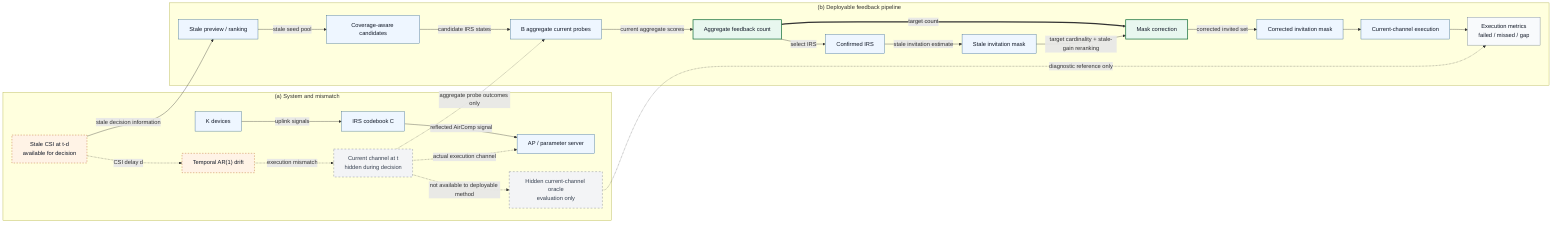
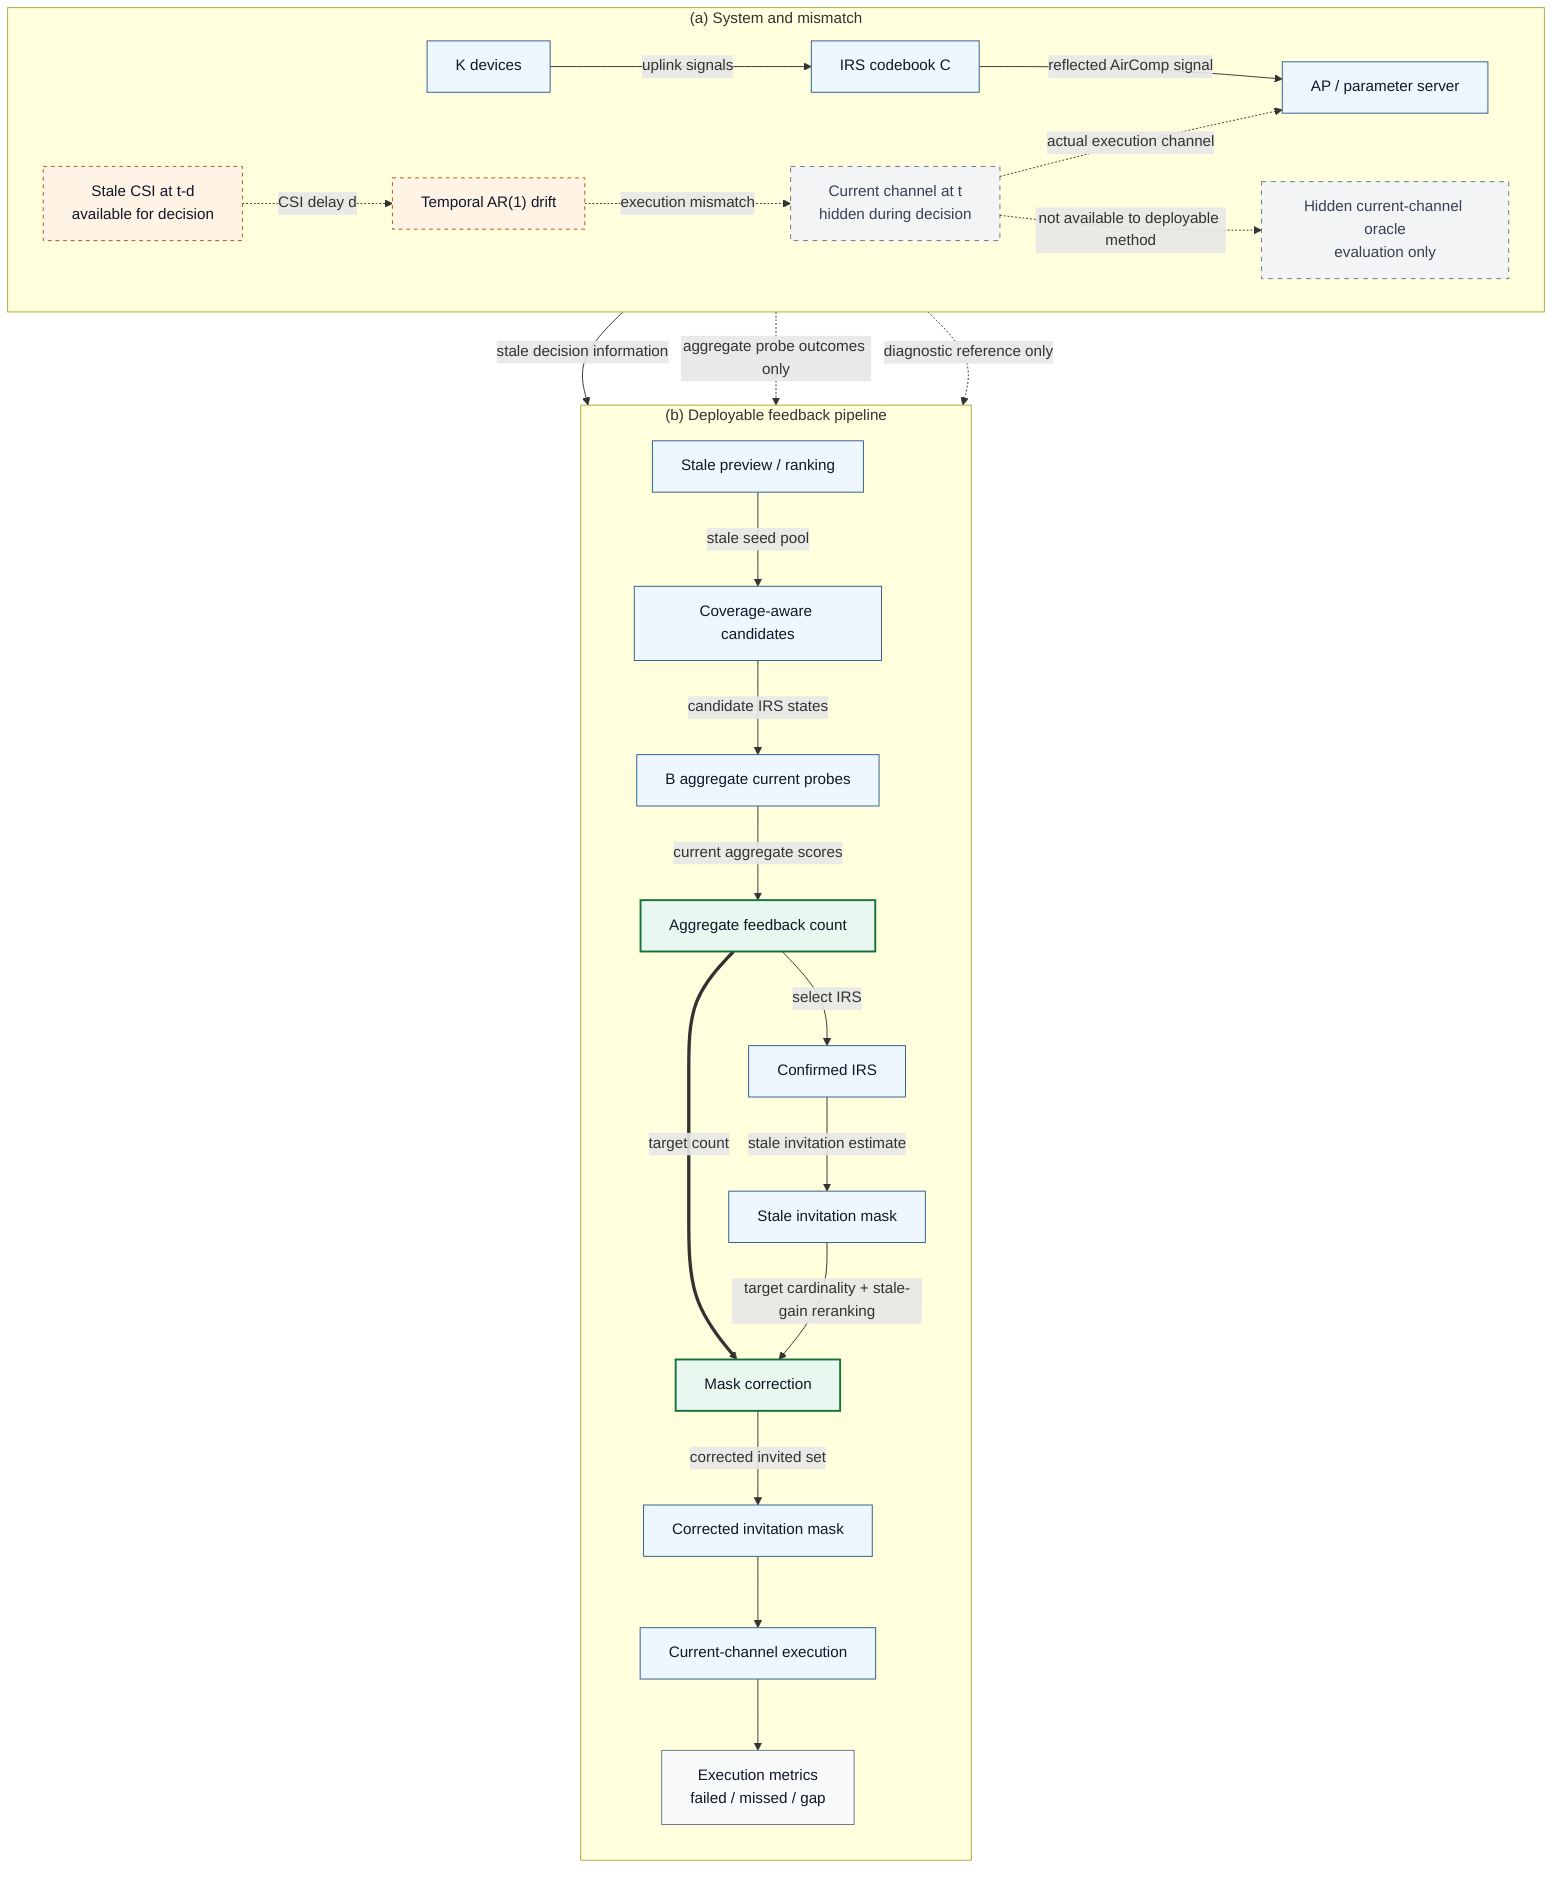
%% Figure 1 source: System and deployable feedback flow.
%% This Mermaid file is a versioned concept figure source, not a generated result.
%% Hidden current-channel information must remain evaluation-only.

- flowchart LR
+ flowchart TB
    subgraph panel_a["(a) System and mismatch"]
+         direction LR
        devices["K devices"]
        irs["IRS codebook C"]
        ap["AP / parameter server"]
        stale["Stale CSI at t-d<br/>available for decision"]
        drift["Temporal AR(1) drift"]
        current["Current channel at t<br/>hidden during decision"]
        oracle["Hidden current-channel oracle<br/>evaluation only"]

        devices -->|"uplink signals"| irs
        irs -->|"reflected AirComp signal"| ap
        stale -.->|"CSI delay d"| drift
        drift -.->|"execution mismatch"| current
        current -.->|"not available to deployable method"| oracle
        current -.->|"actual execution channel"| ap
    end

    subgraph panel_b["(b) Deployable feedback pipeline"]
+         direction TB
        stale_preview["Stale preview / ranking"]
        candidates["Coverage-aware candidates"]
        probes["B aggregate current probes"]
        agg["Aggregate feedback count"]
        confirmed["Confirmed IRS"]
        stale_mask["Stale invitation mask"]
        correction["Mask correction"]
        corrected_mask["Corrected invitation mask"]
        execution["Current-channel execution"]
        metrics["Execution metrics<br/>failed / missed / gap"]

        stale_preview -->|"stale seed pool"| candidates
        candidates -->|"candidate IRS states"| probes
        probes -->|"current aggregate scores"| agg
        agg -->|"select IRS"| confirmed
        confirmed -->|"stale invitation estimate"| stale_mask
        agg ==>|target count| correction
        stale_mask -->|"target cardinality + stale-gain reranking"| correction
        correction -->|"corrected invited set"| corrected_mask
        corrected_mask --> execution
        execution --> metrics
    end

    stale -->|"stale decision information"| stale_preview
    current -.->|"aggregate probe outcomes only"| probes
    oracle -.->|"diagnostic reference only"| metrics

    classDef deployable fill:#eef6ff,stroke:#2c5f8a,color:#111827,stroke-width:1px;
    classDef correctionClass fill:#e8f7ef,stroke:#16703b,color:#111827,stroke-width:2px;
    classDef hidden fill:#f3f4f6,stroke:#6b7280,color:#374151,stroke-dasharray: 5 5;
    classDef mismatch fill:#fff3e6,stroke:#b45309,color:#111827,stroke-dasharray: 4 4;
    classDef metricsClass fill:#f8fafc,stroke:#64748b,color:#111827;

    class devices,irs,ap,stale_preview,candidates,probes,confirmed,stale_mask,corrected_mask,execution deployable;
    class agg,correction correctionClass;
    class current,oracle hidden;
    class stale,drift mismatch;
    class metrics metricsClass;
